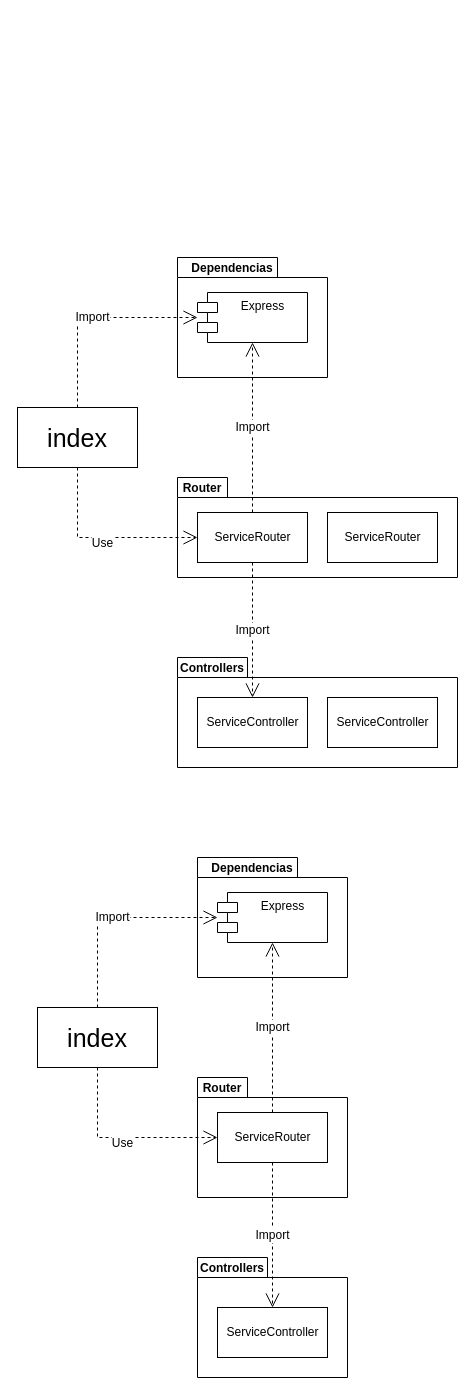
The draw.io diagram Untitled Diagram.drawio in Dagurasu5/Clase2PM, before the edit. Source tidied: cells renumbered, new cells numbered last; positions are measured from the earlier drawing's top-left corner, leaving out a move shared by most shapes. Both pictures are drawn from the tidied source at 100%, with x=0, y=0 at pixel (17, 257).
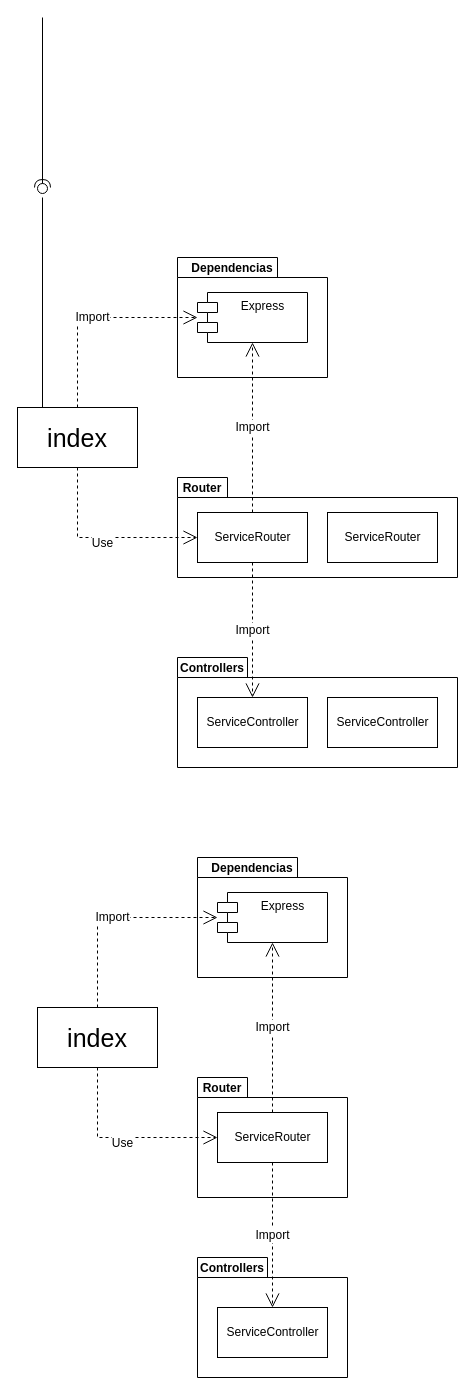
Above is the later version.

Change to the diagram source:
```diff
@@
+    <mxCell id="32" style="rounded=0;orthogonalLoop=1;jettySize=auto;html=1;endArrow=none;endFill=0;sketch=0;sourcePerimeterSpacing=0;targetPerimeterSpacing=0;fontSize=12;" parent="1" edge="1">
+      <mxGeometry relative="1" as="geometry">
+        <mxPoint x="25" y="150" as="sourcePoint" />
+        <mxPoint x="25" y="-60" as="targetPoint" />
+      </mxGeometry>
+    </mxCell>
+    <mxCell id="33" style="rounded=0;jettySize=auto;html=1;endArrow=halfCircle;endFill=0;endSize=6;strokeWidth=1;sketch=0;fontSize=12;startArrow=none;" parent="1" edge="1" source="34">
+      <mxGeometry relative="1" as="geometry">
+        <mxPoint x="25" y="-70" as="targetPoint" />
+      </mxGeometry>
+    </mxCell>
+    <mxCell id="34" style="ellipse;whiteSpace=wrap;html=1;align=center;points=[];outlineConnect=0;sketch=0;fontSize=12;" parent="1" vertex="1">
+      <mxGeometry x="20" y="-74" width="10" height="10" as="geometry" />
+    </mxCell>
+    <mxCell id="35" style="rounded=0;jettySize=auto;html=1;endArrow=none;endFill=0;endSize=6;strokeWidth=1;sketch=0;fontSize=12;" parent="1" edge="1" target="34">
+      <mxGeometry relative="1" as="geometry">
+        <mxPoint x="25" y="-240" as="sourcePoint" />
+      </mxGeometry>
+    </mxCell>
```
